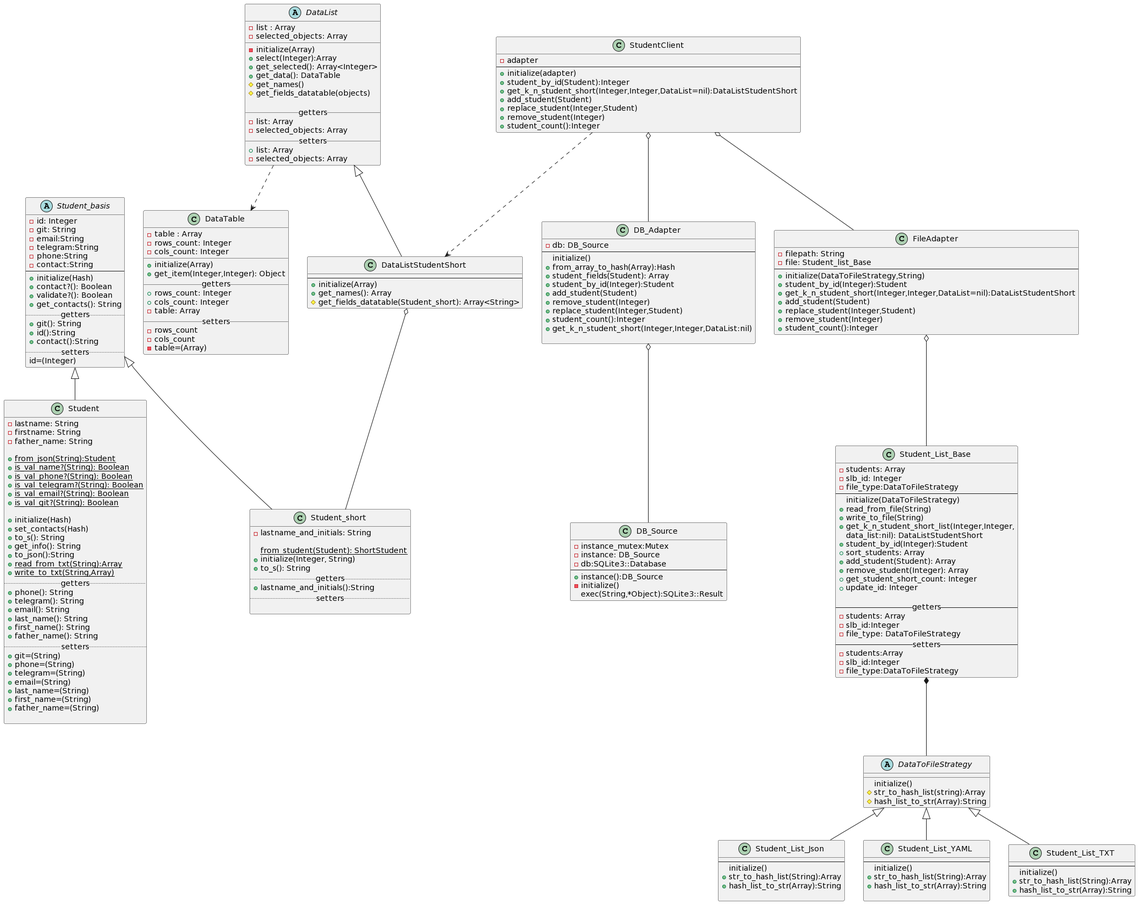
Earlier version of the PlantUML export lab2/diagrams/student_diagrams.png (ColdEiler/pattern).
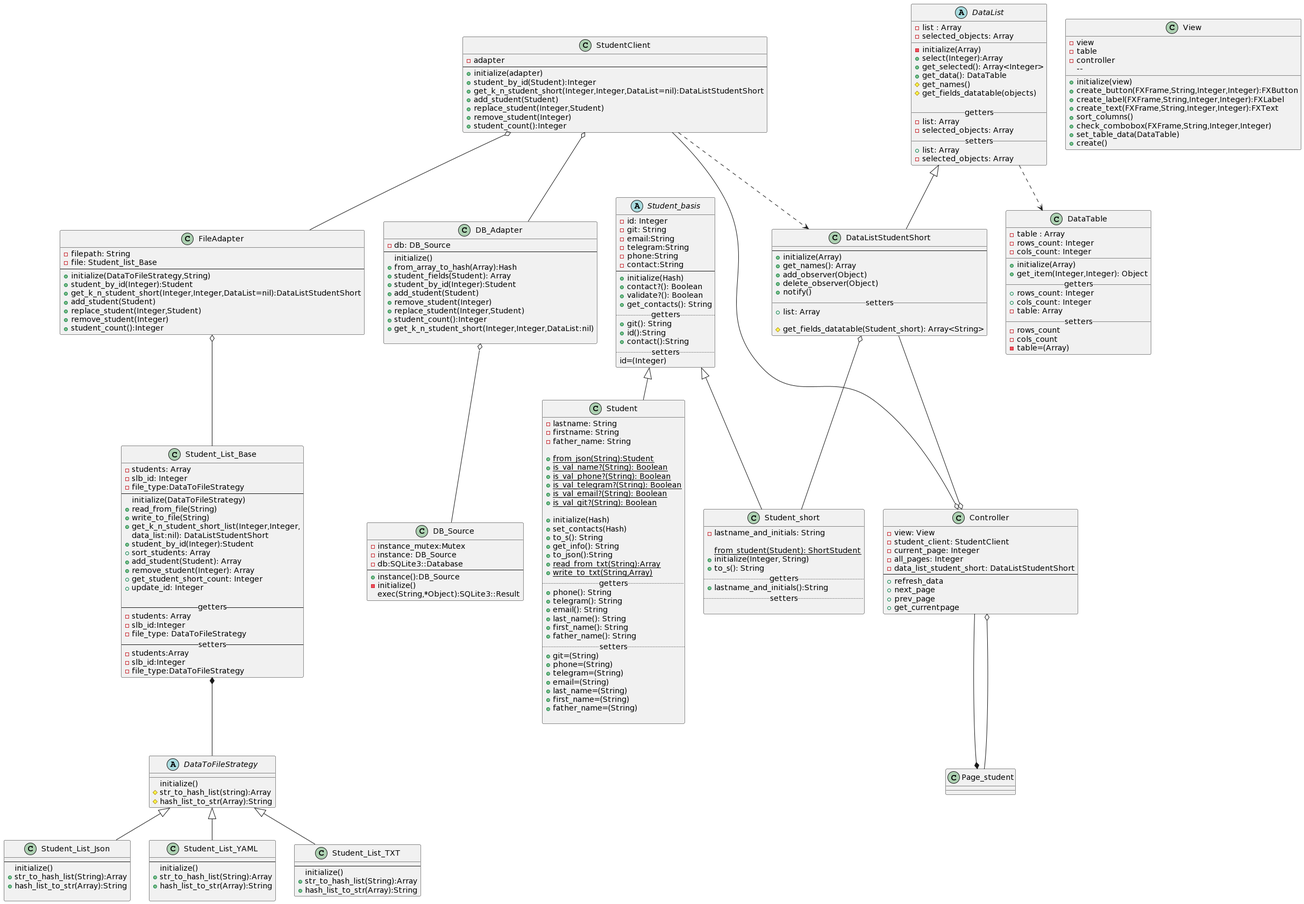
Above is the later version.

Commit message:
диаграмма классов

The edit, as a diff of the source:
```diff
@@ -108,6 +108,12 @@
     --
     +initialize(Array)
     +get_names(): Array
+    +add_observer(Object)
+    +delete_observer(Object)
+    +notify()
+    __setters__
+    +list: Array
+
     #get_fields_datatable(Student_short): Array<String>
 }
 
@@ -225,4 +231,37 @@
 StudentClient o-- DB_Adapter
 DB_Adapter o-- DB_Source
 StudentClient ..> DataListStudentShort
+
+
+class View{
+    -view
+    -table
+    -controller
+    --
+    +initialize(view)
+    +create_button(FXFrame,String,Integer,Integer):FXButton
+    +create_label(FXFrame,String,Integer,Integer):FXLabel
+    +create_text(FXFrame,String,Integer,Integer):FXText
+    +sort_columns()
+    +check_combobox(FXFrame,String,Integer,Integer)
+    +set_table_data(DataTable)
+    +create()
+}
+
+class Controller{
+    -view: View
+    -student_client: StudentClient
+    -current_page: Integer
+    -all_pages: Integer
+    -data_list_student_short: DataListStudentShort
+    --
+    +refresh_data
+    +next_page
+    +prev_page
+    +get_currentpage
+}
+Controller --* Page_student
+Controller o-- Page_student
+StudentClient --o Controller
+DataListStudentShort --o Controller
 @enduml
```
